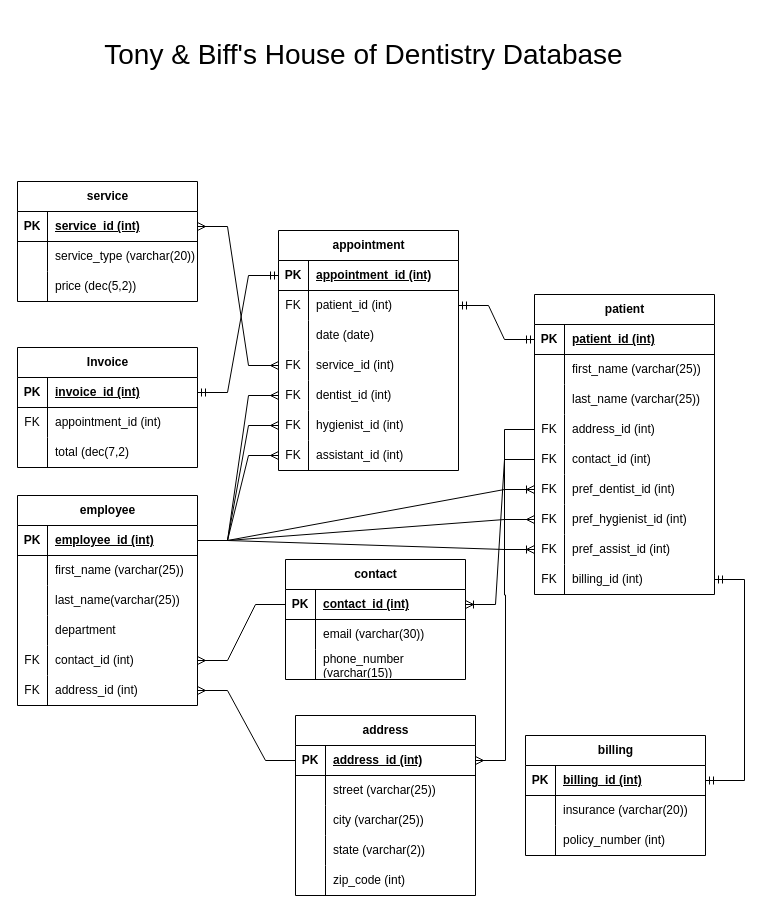
Above: final.drawio in magchrista/magchrista (draw.io), before the change. Source tidied: cells renumbered, new cells numbered last; positions are measured from the earlier drawing's top-left corner, leaving out a move shared by most shapes. Both pictures are drawn from the tidied source at 100%, with x=0, y=0 at pixel (17, 17).
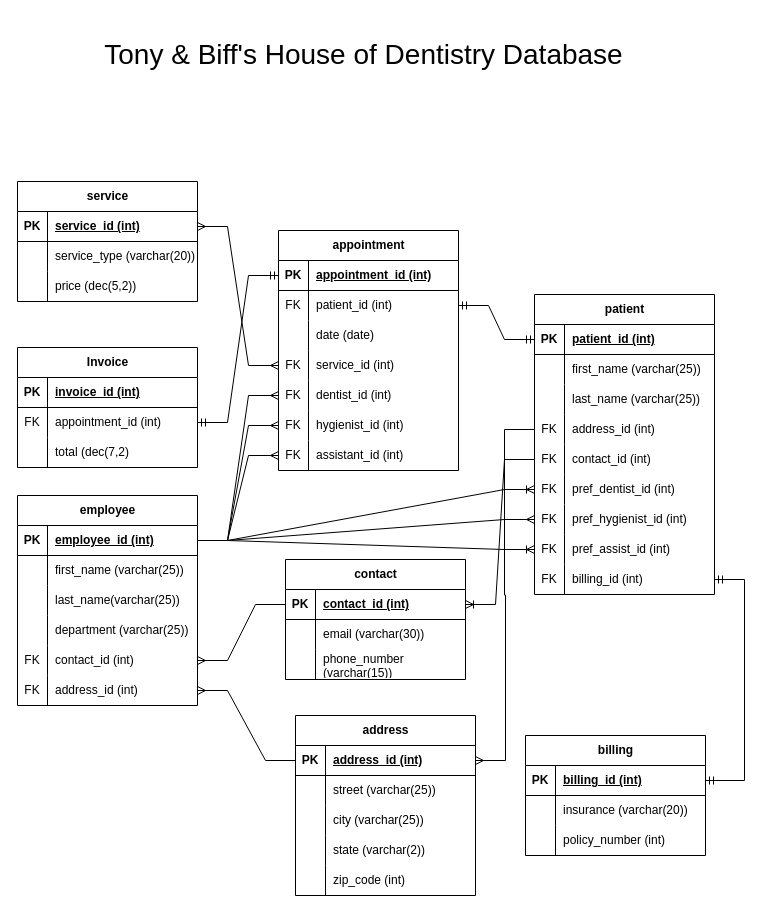
After the change.

Unchanged cells that the change refers to:
```xml
<mxCell id="57" style="shape=tableRow;horizontal=0;startSize=0;swimlaneHead=0;swimlaneBody=0;fillColor=none;points=[[0,0.5],[1,0.5]];portConstraint=eastwest;top=0;left=0;right=0;bottom=1;" parent="56" vertex="1">
  <mxGeometry y="30" width="180" height="30" as="geometry" />
</mxCell>
<mxCell id="60" style="shape=tableRow;horizontal=0;startSize=0;swimlaneHead=0;swimlaneBody=0;fillColor=none;points=[[0,0.5],[1,0.5]];portConstraint=eastwest;top=0;left=0;right=0;bottom=0;" parent="56" vertex="1">
  <mxGeometry y="60" width="180" height="30" as="geometry" />
</mxCell>
<mxCell id="77" style="shape=tableRow;horizontal=0;startSize=0;swimlaneHead=0;swimlaneBody=0;fillColor=none;points=[[0,0.5],[1,0.5]];portConstraint=eastwest;top=0;left=0;right=0;bottom=1;" parent="76" vertex="1">
  <mxGeometry y="30" width="180" height="30" as="geometry" />
</mxCell>
<mxCell id="108" style="shape=tableRow;horizontal=0;startSize=0;swimlaneHead=0;swimlaneBody=0;fillColor=none;top=0;left=0;right=0;bottom=0;" parent="98" vertex="1">
  <mxGeometry y="120" width="180" height="30" as="geometry" />
</mxCell>
```

The edit, as a diff of the source:
```diff
@@
-    <mxCell id="110" value="department" style="shape=partialRectangle;fillColor=none;top=0;left=0;bottom=0;right=0;align=left;spacingLeft=6;overflow=hidden;whiteSpace=wrap;html=1;" parent="108" vertex="1">
+    <mxCell id="110" value="department (varchar(25))" style="shape=partialRectangle;fillColor=none;top=0;left=0;bottom=0;right=0;align=left;spacingLeft=6;overflow=hidden;whiteSpace=wrap;html=1;" parent="108" vertex="1">
       <mxGeometry x="30" width="150" height="30" as="geometry" />
     </mxCell>
@@
-    <mxCell id="137" style="edgeStyle=entityRelationEdgeStyle;fontSize=12;html=1;endArrow=ERmandOne;startArrow=ERmandOne;rounded=0;exitX=1;exitY=0.5;exitDx=0;exitDy=0;entryX=0;entryY=0.5;entryDx=0;entryDy=0;" parent="1" edge="1" source="57" target="77">
+    <mxCell id="137" style="edgeStyle=entityRelationEdgeStyle;fontSize=12;html=1;endArrow=ERmandOne;startArrow=ERmandOne;rounded=0;exitX=1;exitY=0.5;exitDx=0;exitDy=0;entryX=0;entryY=0.5;entryDx=0;entryDy=0;" parent="1" edge="1" source="60" target="77">
       <mxGeometry relative="1" as="geometry" />
     </mxCell>
```
